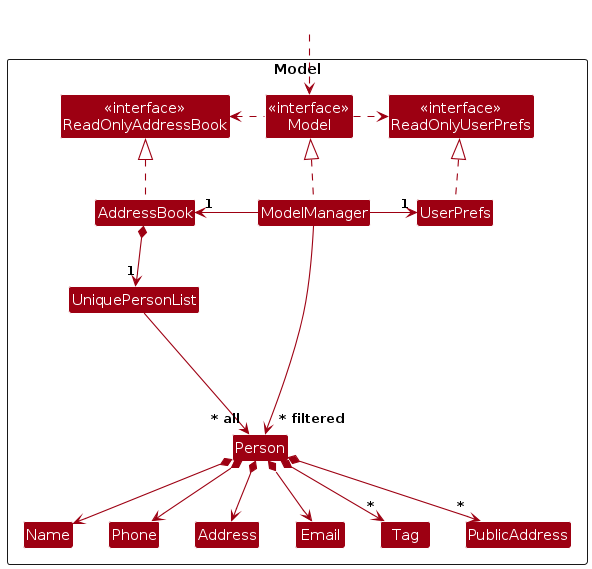
AY2425S1-CS2103T-T08-1/tp keeps this PlantUML diagram as diagrams/ModelClassDiagram.png. Above is the earlier version. Its source is kept beside it as diagrams/ModelClassDiagram.puml. Its diagram source:
```plantuml
@startuml
!include style.puml
skinparam arrowThickness 1.1
skinparam arrowColor MODEL_COLOR
skinparam classBackgroundColor MODEL_COLOR

Package Model as ModelPackage <<Rectangle>>{
Class "<<interface>>\nReadOnlyAddressBook" as ReadOnlyAddressBook
Class "<<interface>>\nReadOnlyUserPrefs" as ReadOnlyUserPrefs
Class "<<interface>>\nModel" as Model
Class AddressBook
Class ModelManager
Class UserPrefs

Class UniquePersonList
Class Person
Class Address
Class Email
Class Name
Class Phone
Class Tag
Class PublicAddress

Class I #FFFFFF
}

Class HiddenOutside #FFFFFF
HiddenOutside ..> Model

AddressBook .up.|> ReadOnlyAddressBook

ModelManager .up.|> Model
Model .right.> ReadOnlyUserPrefs
Model .left.> ReadOnlyAddressBook
ModelManager -left-> "1" AddressBook
ModelManager -right-> "1" UserPrefs
UserPrefs .up.|> ReadOnlyUserPrefs

AddressBook *--> "1" UniquePersonList
UniquePersonList --> "~* all" Person
Person *--> Name
Person *--> Phone
Person *--> Email
Person *--> Address
Person *--> "*" Tag
Person *--> "*" PublicAddress

Person -[hidden]up--> I
UniquePersonList -[hidden]right-> I

Name -[hidden]right-> Phone
Phone -[hidden]right-> Address
Address -[hidden]right-> Email

ModelManager --> "~* filtered" Person
@enduml
```
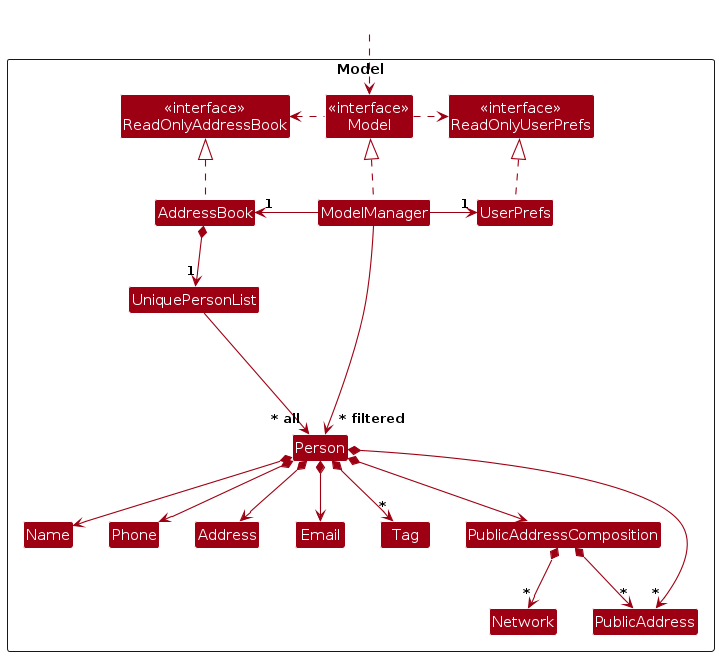
The same file after the commit.

Diff of the diagram source:
```diff
@@ -19,7 +19,11 @@
 Class Name
 Class Phone
 Class Tag
+Class PublicAddressComposition
+Class Network
 Class PublicAddress
+
+
 
 Class I #FFFFFF
 }
@@ -42,8 +46,12 @@
 Person *--> Phone
 Person *--> Email
 Person *--> Address
+Person *--> PublicAddressComposition
 Person *--> "*" Tag
 Person *--> "*" PublicAddress
+
+PublicAddressComposition *--> "*" Network
+PublicAddressComposition *--> "*" PublicAddress
 
 Person -[hidden]up--> I
 UniquePersonList -[hidden]right-> I
@@ -53,4 +61,8 @@
 Address -[hidden]right-> Email
 
 ModelManager --> "~* filtered" Person
+
+
+
+
 @enduml
```
